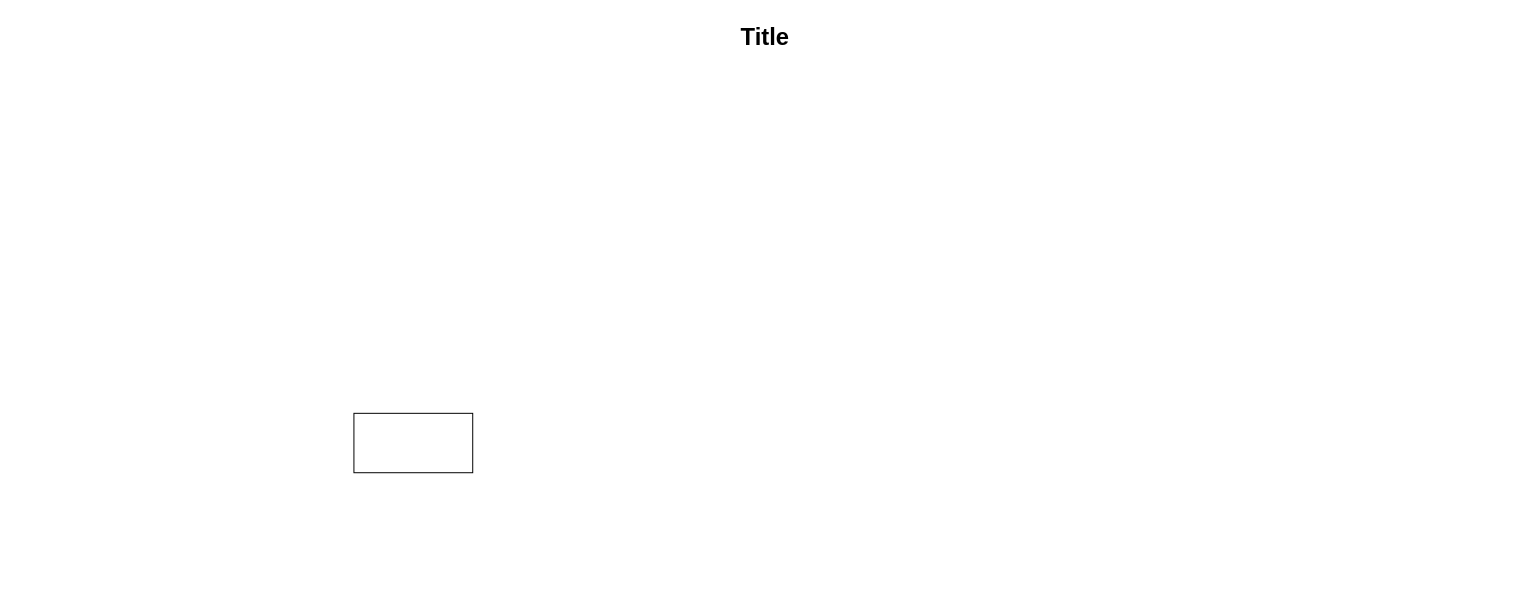
The draw.io diagram page "Page-1" (1 of 2) of Structural/Adapter/Adapter-bad.drawio in yevgeller/software-design-patterns, before the edit. Source tidied: cells renumbered, new cells numbered last; positions are measured from the earlier drawing's top-left corner, leaving out a move shared by most shapes. Both pictures are drawn from the tidied source at 99%, with x=0, y=0 at pixel (17, 17).
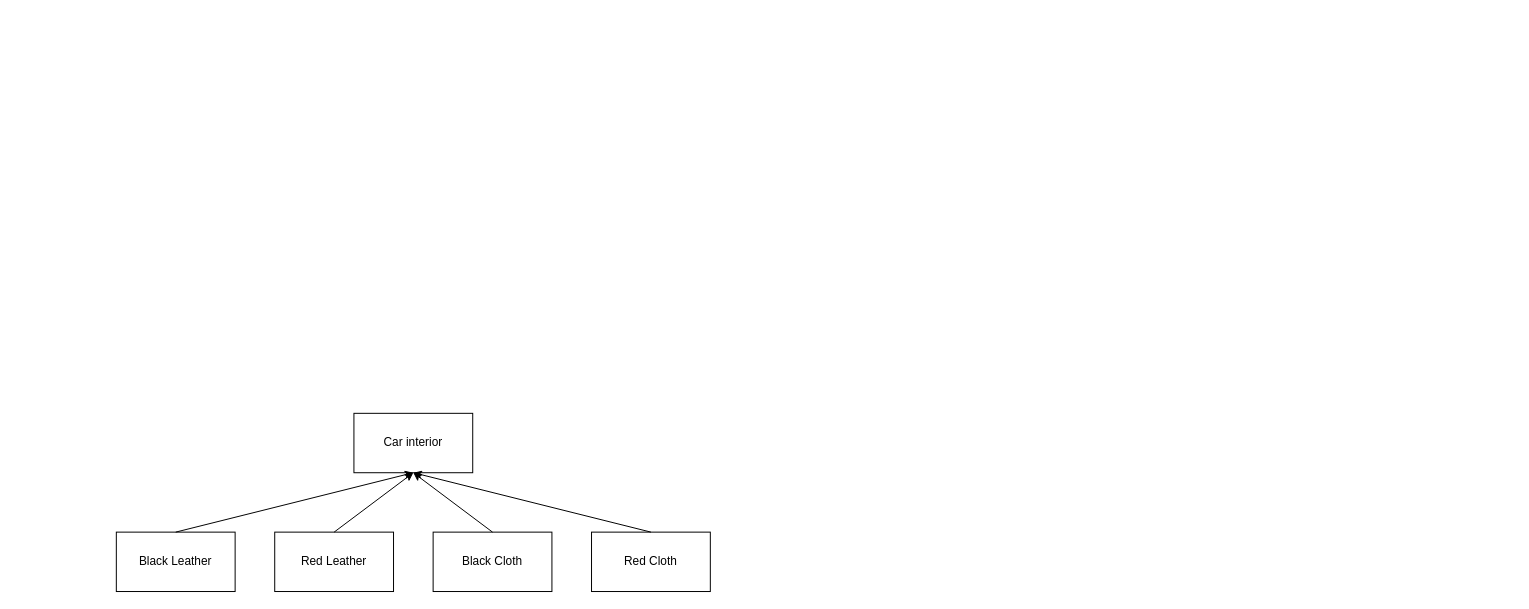
The same diagram, later.

Commit message (it also covers changes not shown here):
Updates to Adapter diagram

The edit, as a diff of the source:
```diff
@@
 <mxGraphModel>
   <root>
     <mxCell id="0" />
     <mxCell id="1" parent="0" />
-    <mxCell id="2" value="Title" style="text;strokeColor=none;fillColor=none;html=1;fontSize=24;fontStyle=1;verticalAlign=middle;align=center;" parent="1" vertex="1">
-      <mxGeometry width="1510" height="40" as="geometry" />
-    </mxCell>
-    <mxCell id="3" style="rounded=0;whiteSpace=wrap;html=1;" parent="1" vertex="1">
+    <mxCell id="3" value="Car interior" style="rounded=0;whiteSpace=wrap;html=1;" parent="1" vertex="1">
       <mxGeometry x="340" y="400" width="120" height="60" as="geometry" />
     </mxCell>
+    <mxCell id="4" value="Black Leather" style="rounded=0;whiteSpace=wrap;html=1;" parent="1" vertex="1">
+      <mxGeometry x="100" y="520" width="120" height="60" as="geometry" />
+    </mxCell>
+    <mxCell id="5" value="Red Leather" style="rounded=0;whiteSpace=wrap;html=1;" parent="1" vertex="1">
+      <mxGeometry x="260" y="520" width="120" height="60" as="geometry" />
+    </mxCell>
+    <mxCell id="6" value="Black Cloth" style="rounded=0;whiteSpace=wrap;html=1;" parent="1" vertex="1">
+      <mxGeometry x="420" y="520" width="120" height="60" as="geometry" />
+    </mxCell>
+    <mxCell id="7" value="Red Cloth" style="rounded=0;whiteSpace=wrap;html=1;" parent="1" vertex="1">
+      <mxGeometry x="580" y="520" width="120" height="60" as="geometry" />
+    </mxCell>
+    <mxCell id="8" style="endArrow=classic;html=1;rounded=0;exitX=0.5;exitY=0;exitDx=0;exitDy=0;entryX=0.5;entryY=1;entryDx=0;entryDy=0;" parent="1" edge="1" source="4" target="3">
+      <mxGeometry relative="1" as="geometry" />
+    </mxCell>
+    <mxCell id="9" style="endArrow=classic;html=1;rounded=0;entryX=0.5;entryY=1;entryDx=0;entryDy=0;exitX=0.5;exitY=0;exitDx=0;exitDy=0;" parent="1" edge="1" source="5" target="3">
+      <mxGeometry relative="1" as="geometry" />
+    </mxCell>
+    <mxCell id="10" style="endArrow=classic;html=1;rounded=0;exitX=0.5;exitY=0;exitDx=0;exitDy=0;" parent="1" edge="1" source="6">
+      <mxGeometry relative="1" as="geometry">
+        <mxPoint x="400" y="460" as="targetPoint" />
+      </mxGeometry>
+    </mxCell>
+    <mxCell id="11" style="endArrow=classic;html=1;rounded=0;entryX=0.5;entryY=1;entryDx=0;entryDy=0;exitX=0.5;exitY=0;exitDx=0;exitDy=0;" parent="1" edge="1" source="7" target="3">
+      <mxGeometry relative="1" as="geometry" />
+    </mxCell>
   </root>
 </mxGraphModel>
```
